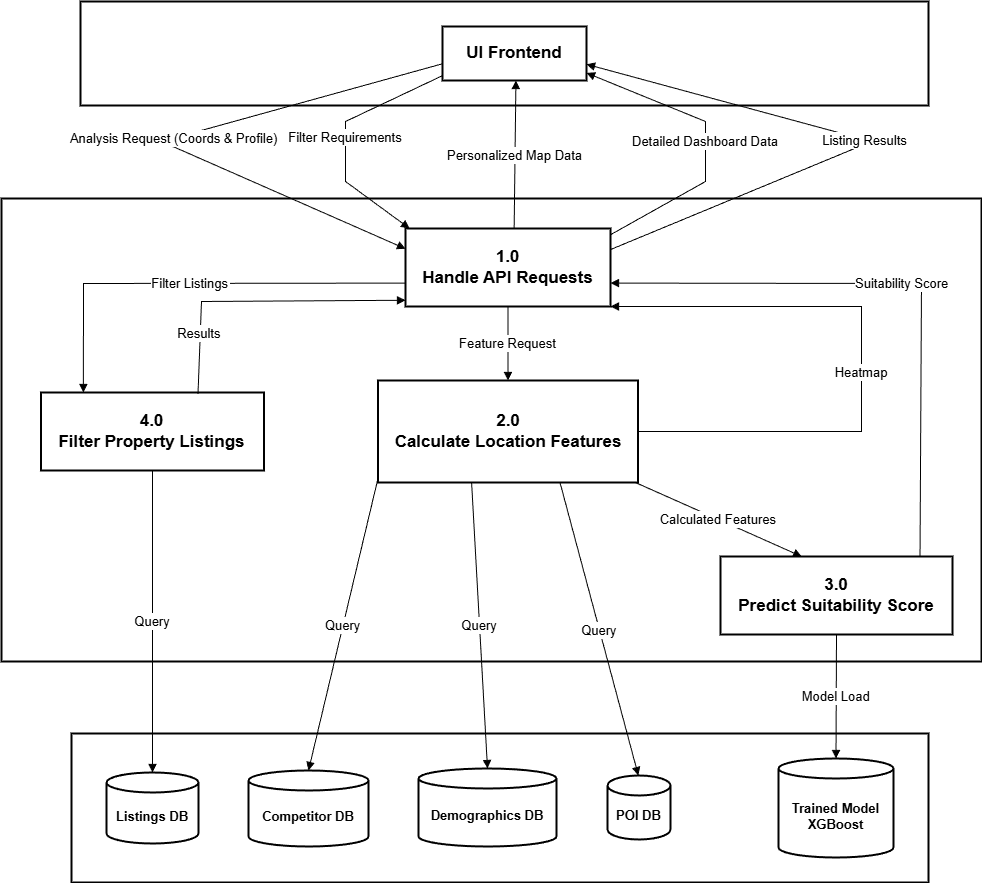
Before: img/Level1ContextDiagram.png, a diagram exported from draw.io (Sujalcha7/SiteX_Doc). Source tidied: cells renumbered, new cells last; positions are measured from the earlier drawing's top-left corner, leaving out a move shared by most shapes.
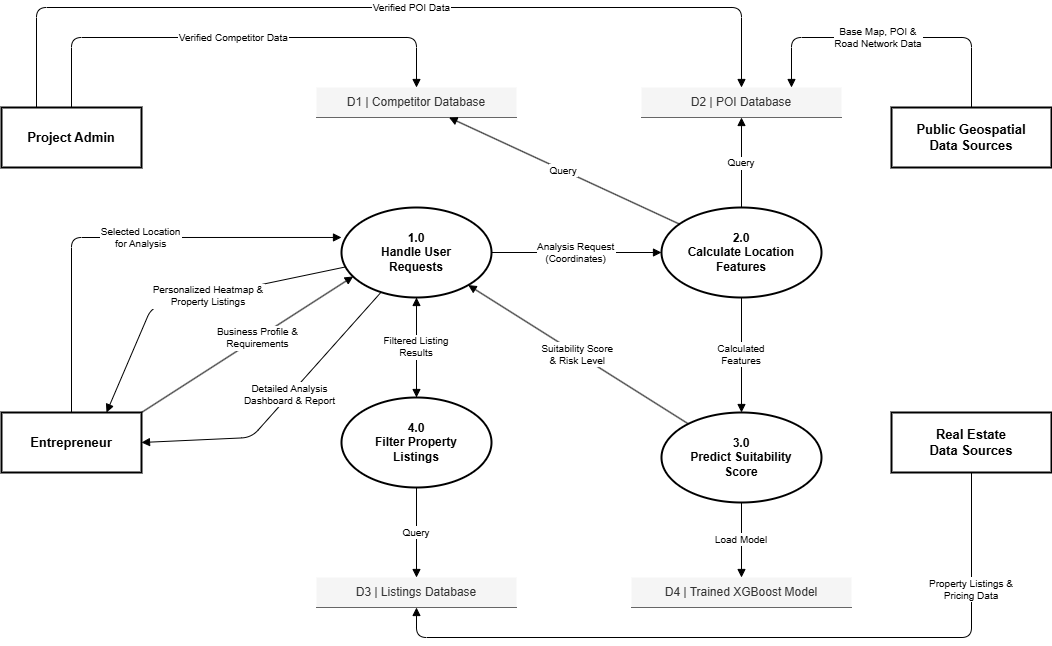
After the commit.

Diff of the diagram source:
```diff
@@ -2,127 +2,124 @@
   <root>
     <mxCell id="0" />
     <mxCell id="1" parent="0" />
-    <mxCell id="2" value="Data Stores" style="whiteSpace=wrap;strokeWidth=2;fontSize=13;" parent="1" vertex="1">
-      <mxGeometry x="70" y="732" width="857" height="149" as="geometry" />
-    </mxCell>
-    <mxCell id="3" value="Backend Services (Level 1 Processes)" style="whiteSpace=wrap;strokeWidth=2;fontSize=13;" parent="1" vertex="1">
-      <mxGeometry y="197" width="980" height="463" as="geometry" />
-    </mxCell>
-    <mxCell id="4" value="External Entities" style="whiteSpace=wrap;strokeWidth=2;fontSize=13;" parent="1" vertex="1">
-      <mxGeometry x="79" width="848" height="104" as="geometry" />
-    </mxCell>
-    <mxCell id="5" value="UI Frontend" style="whiteSpace=wrap;strokeWidth=2;fontSize=17;fontStyle=1;" parent="1" vertex="1">
-      <mxGeometry x="441" y="25" width="144" height="54" as="geometry" />
-    </mxCell>
-    <mxCell id="6" value="1.0 &#10; Handle API Requests" style="whiteSpace=wrap;strokeWidth=2;fontSize=17;fontStyle=1;" parent="1" vertex="1">
-      <mxGeometry x="404" y="227" width="205" height="78" as="geometry" />
-    </mxCell>
+    <mxCell id="31" value="Verified Competitor Data" style="endArrow=block;endFill=1;strokeWidth=1;fontSize=10;entryX=0.5;entryY=0;entryDx=0;entryDy=0;exitX=0.5;exitY=0;exitDx=0;exitDy=0;" parent="1" edge="1" source="33" target="37">
+      <mxGeometry relative="1" as="geometry">
+        <Array as="points">
+          <mxPoint x="-130" y="-590" />
+          <mxPoint x="215" y="-590" />
+        </Array>
+      </mxGeometry>
+    </mxCell>
+    <mxCell id="32" value="Entrepreneur" style="shape=rectangle;whiteSpace=wrap;strokeWidth=2;fontSize=13;fontStyle=1;" parent="1" vertex="1">
+      <mxGeometry x="-200" y="-215" width="140" height="60" as="geometry" />
+    </mxCell>
+    <mxCell id="33" value="Project Admin" style="shape=rectangle;whiteSpace=wrap;strokeWidth=2;fontSize=13;fontStyle=1;" parent="1" vertex="1">
+      <mxGeometry x="-200" y="-520" width="140" height="60" as="geometry" />
+    </mxCell>
+    <mxCell id="34" value="Public Geospatial&#10;Data Sources" style="shape=rectangle;whiteSpace=wrap;strokeWidth=2;fontSize=13;fontStyle=1;" parent="1" vertex="1">
+      <mxGeometry x="690" y="-520" width="160" height="60" as="geometry" />
+    </mxCell>
+    <mxCell id="35" value="Real Estate&#10;Data Sources" style="shape=rectangle;whiteSpace=wrap;strokeWidth=2;fontSize=13;fontStyle=1;" parent="1" vertex="1">
+      <mxGeometry x="690" y="-215" width="160" height="60" as="geometry" />
+    </mxCell>
+    <mxCell id="36" value="1.0&#10;Handle User&#10;Requests" style="ellipse;whiteSpace=wrap;strokeWidth=2;fontSize=12;fontStyle=1;" parent="1" vertex="1">
+      <mxGeometry x="140" y="-420" width="150" height="90" as="geometry" />
+    </mxCell>
-    <mxCell id="7" value="2.0 &#10; Calculate Location Features" style="whiteSpace=wrap;strokeWidth=2;fontSize=17;fontStyle=1;" parent="1" vertex="1">
-      <mxGeometry x="376.5" y="379" width="260" height="102" as="geometry" />
+    <mxCell id="7" value="2.0&#10;Calculate Location&#10;Features" style="ellipse;whiteSpace=wrap;strokeWidth=2;fontSize=12;fontStyle=1;" parent="1" vertex="1">
+      <mxGeometry x="460" y="-420" width="160" height="90" as="geometry" />
     </mxCell>
-    <mxCell id="8" value="3.0 &#10; Predict Suitability Score" style="whiteSpace=wrap;strokeWidth=2;fontSize=17;fontStyle=1;" parent="1" vertex="1">
-      <mxGeometry x="719" y="555" width="232" height="78" as="geometry" />
+    <mxCell id="8" value="3.0&#10;Predict Suitability&#10;Score" style="ellipse;whiteSpace=wrap;strokeWidth=2;fontSize=12;fontStyle=1;" parent="1" vertex="1">
+      <mxGeometry x="460" y="-215" width="160" height="90" as="geometry" />
     </mxCell>
-    <mxCell id="9" value="4.0 &#10; Filter Property Listings" style="whiteSpace=wrap;strokeWidth=2;fontSize=17;fontStyle=1;" parent="1" vertex="1">
-      <mxGeometry x="39.5" y="391" width="223" height="78" as="geometry" />
+    <mxCell id="9" value="4.0&#10;Filter Property&#10;Listings" style="ellipse;whiteSpace=wrap;strokeWidth=2;fontSize=12;fontStyle=1;" parent="1" vertex="1">
+      <mxGeometry x="140" y="-230" width="150" height="90" as="geometry" />
     </mxCell>
-    <mxCell id="10" value="Listings DB" style="shape=cylinder3;boundedLbl=1;backgroundOutline=1;size=10;strokeWidth=2;whiteSpace=wrap;fontSize=13;fontStyle=1;" parent="1" vertex="1">
-      <mxGeometry x="105" y="771" width="92" height="71" as="geometry" />
-    </mxCell>
-    <mxCell id="11" value="Competitor DB" style="shape=cylinder3;boundedLbl=1;backgroundOutline=1;size=10;strokeWidth=2;whiteSpace=wrap;fontSize=13;fontStyle=1;" parent="1" vertex="1">
-      <mxGeometry x="247" y="769" width="120" height="76" as="geometry" />
-    </mxCell>
-    <mxCell id="12" value="Demographics DB" style="shape=cylinder3;boundedLbl=1;backgroundOutline=1;size=10;strokeWidth=2;whiteSpace=wrap;fontSize=13;fontStyle=1;" parent="1" vertex="1">
-      <mxGeometry x="417" y="767" width="138" height="78" as="geometry" />
-    </mxCell>
-    <mxCell id="13" value="POI DB" style="shape=cylinder3;boundedLbl=1;backgroundOutline=1;size=10;strokeWidth=2;whiteSpace=wrap;fontSize=13;fontStyle=1;" parent="1" vertex="1">
-      <mxGeometry x="606" y="774" width="63" height="64" as="geometry" />
-    </mxCell>
-    <mxCell id="14" value="Trained Model &#10; XGBoost" style="shape=cylinder3;boundedLbl=1;backgroundOutline=1;size=10;strokeWidth=2;whiteSpace=wrap;fontSize=13;fontStyle=1;" parent="1" vertex="1">
-      <mxGeometry x="777" y="757" width="115" height="99" as="geometry" />
-    </mxCell>
-    <mxCell id="15" value="Analysis Request (Coords &amp; Profile)" style="curved=0;startArrow=none;endArrow=block;exitX=0;exitY=0.69;entryX=0;entryY=0.26;rounded=0;fontSize=13;" parent="1" edge="1" source="5" target="6">
-      <mxGeometry relative="1" as="geometry">
-        <Array as="points">
-          <mxPoint x="160" y="140" />
-        </Array>
-      </mxGeometry>
-    </mxCell>
+    <mxCell id="37" value="D1 | Competitor Database" style="shape=partialRectangle;top=0;left=0;right=0;bottom=1;whiteSpace=wrap;strokeWidth=1;fontSize=12;fillColor=#f5f5f5;strokeColor=#666666;fontColor=#333333;" parent="1" vertex="1">
+      <mxGeometry x="115" y="-540" width="200" height="30" as="geometry" />
+    </mxCell>
+    <mxCell id="38" value="D2 | POI Database" style="shape=partialRectangle;top=0;left=0;right=0;bottom=1;whiteSpace=wrap;strokeWidth=1;fontSize=12;fillColor=#f5f5f5;strokeColor=#666666;fontColor=#333333;" parent="1" vertex="1">
+      <mxGeometry x="440" y="-540" width="200" height="30" as="geometry" />
+    </mxCell>
+    <mxCell id="39" value="D3 | Listings Database" style="shape=partialRectangle;top=0;left=0;right=0;bottom=1;whiteSpace=wrap;strokeWidth=1;fontSize=12;fillColor=#f5f5f5;strokeColor=#666666;fontColor=#333333;" parent="1" vertex="1">
+      <mxGeometry x="115" y="-50" width="200" height="30" as="geometry" />
+    </mxCell>
+    <mxCell id="40" value="D4 | Trained XGBoost Model" style="shape=partialRectangle;top=0;left=0;right=0;bottom=1;whiteSpace=wrap;strokeWidth=1;fontSize=12;fillColor=#f5f5f5;strokeColor=#666666;fontColor=#333333;" parent="1" vertex="1">
+      <mxGeometry x="430" y="-50" width="220" height="30" as="geometry" />
+    </mxCell>
+    <mxCell id="41" value="Business Profile &amp;&#10;Requirements" style="endArrow=block;endFill=1;strokeWidth=1;fontSize=10;exitX=1;exitY=0;exitDx=0;exitDy=0;entryX=0.078;entryY=0.766;entryDx=0;entryDy=0;entryPerimeter=0;" parent="1" edge="1" source="32" target="36">
+      <mxGeometry x="0.1" relative="1" as="geometry" />
+    </mxCell>
+    <mxCell id="42" value="Personalized Heatmap &amp;&#10;Property Listings" style="endArrow=block;endFill=1;strokeWidth=1;fontSize=10;entryX=0.75;entryY=0;entryDx=0;entryDy=0;" parent="1" edge="1" source="36" target="32">
+      <mxGeometry x="-0.1" relative="1" as="geometry">
+        <Array as="points">
+          <mxPoint x="-50" y="-320" />
+        </Array>
+      </mxGeometry>
+    </mxCell>
+    <mxCell id="43" value="Selected Location&#10;for Analysis" style="endArrow=block;endFill=1;strokeWidth=1;fontSize=10;exitX=0.5;exitY=0;exitDx=0;exitDy=0;entryX=0;entryY=0.333;entryDx=0;entryDy=0;entryPerimeter=0;" parent="1" edge="1" source="32" target="36">
+      <mxGeometry x="0.1" relative="1" as="geometry">
+        <Array as="points">
+          <mxPoint x="-130" y="-390" />
+        </Array>
+      </mxGeometry>
+    </mxCell>
+    <mxCell id="44" value="Detailed Analysis&#10;Dashboard &amp; Report" style="endArrow=block;endFill=1;strokeWidth=1;fontSize=10;entryX=1;entryY=0.5;entryDx=0;entryDy=0;" parent="1" edge="1" source="36" target="32">
+      <mxGeometry x="-0.1" relative="1" as="geometry">
+        <Array as="points">
+          <mxPoint x="50" y="-190" />
+        </Array>
+      </mxGeometry>
+    </mxCell>
+    <mxCell id="45" value="Verified POI Data" style="endArrow=block;endFill=1;strokeWidth=1;fontSize=10;exitX=0.25;exitY=0;exitDx=0;exitDy=0;entryX=0.5;entryY=0;entryDx=0;entryDy=0;" parent="1" edge="1" source="33" target="38">
+      <mxGeometry x="0.07" relative="1" as="geometry">
+        <Array as="points">
+          <mxPoint x="-165" y="-620" />
+          <mxPoint x="540" y="-620" />
+        </Array>
+      </mxGeometry>
+    </mxCell>
+    <mxCell id="46" value="Base Map, POI &amp;&#10;Road Network Data" style="endArrow=block;endFill=1;strokeWidth=1;fontSize=10;exitX=0.5;exitY=0;exitDx=0;exitDy=0;entryX=0.75;entryY=0;entryDx=0;entryDy=0;" parent="1" edge="1" source="34" target="38">
+      <mxGeometry x="0.09" relative="1" as="geometry">
+        <Array as="points">
+          <mxPoint x="770" y="-590" />
+          <mxPoint x="590" y="-590" />
+        </Array>
+      </mxGeometry>
+    </mxCell>
+    <mxCell id="47" value="Property Listings &amp;&#10;Pricing Data" style="endArrow=block;endFill=1;strokeWidth=1;fontSize=10;exitX=0.5;exitY=1;exitDx=0;exitDy=0;entryX=0.5;entryY=1;entryDx=0;entryDy=0;" parent="1" edge="1" source="35" target="39">
+      <mxGeometry x="-0.69" relative="1" as="geometry">
+        <Array as="points">
+          <mxPoint x="770" y="10" />
+          <mxPoint x="215" y="10" />
+        </Array>
+      </mxGeometry>
+    </mxCell>
+    <mxCell id="48" value="Analysis Request&#10;(Coordinates)" style="endArrow=block;endFill=1;strokeWidth=1;fontSize=10;" parent="1" edge="1" source="36" target="7">
+      <mxGeometry relative="1" as="geometry" />
+    </mxCell>
+    <mxCell id="21" value="Calculated&#10;Features" style="endArrow=block;endFill=1;strokeWidth=1;fontSize=10;" parent="1" edge="1" source="7" target="8">
+      <mxGeometry relative="1" as="geometry" />
+    </mxCell>
+    <mxCell id="49" value="Suitability Score&#10;&amp; Risk Level" style="endArrow=block;endFill=1;strokeWidth=1;fontSize=10;" parent="1" edge="1" source="8" target="36">
+      <mxGeometry relative="1" as="geometry" />
+    </mxCell>
-    <mxCell id="16" value="Filter Requirements" style="curved=0;startArrow=none;endArrow=block;exitX=0;exitY=0.91;entryX=0.02;entryY=0;rounded=0;fontSize=13;" parent="1" edge="1" source="5" target="6">
-      <mxGeometry relative="1" as="geometry">
-        <Array as="points">
-          <mxPoint x="344" y="120" />
-          <mxPoint x="344" y="180" />
-        </Array>
-      </mxGeometry>
+    <mxCell id="16" value="Filter&#10;Requirements" style="endArrow=block;endFill=1;strokeWidth=1;fontSize=10;" parent="1" edge="1" source="36" target="9">
+      <mxGeometry relative="1" as="geometry" />
     </mxCell>
-    <mxCell id="17" value="Personalized Map Data" style="curved=0;startArrow=none;endArrow=block;exitX=0.53;exitY=0;entryX=0.51;entryY=1;rounded=0;fontSize=13;" parent="1" edge="1" source="6" target="5">
-      <mxGeometry relative="1" as="geometry" />
-    </mxCell>
-    <mxCell id="18" value="Detailed Dashboard Data" style="curved=0;startArrow=none;endArrow=block;exitX=1;exitY=0.08;entryX=1;entryY=0.86;rounded=0;fontSize=13;" parent="1" edge="1" source="6" target="5">
-      <mxGeometry relative="1" as="geometry">
-        <Array as="points">
-          <mxPoint x="704" y="180" />
-          <mxPoint x="704" y="120" />
-        </Array>
-      </mxGeometry>
-    </mxCell>
-    <mxCell id="19" value="Listing Results" style="curved=0;startArrow=none;endArrow=block;exitX=1;exitY=0.27;entryX=1;entryY=0.7;rounded=0;fontSize=13;" parent="1" edge="1" source="6" target="5">
-      <mxGeometry relative="1" as="geometry">
-        <Array as="points">
-          <mxPoint x="870" y="140" />
-        </Array>
-      </mxGeometry>
-    </mxCell>
-    <mxCell id="20" value="Feature Request" style="curved=0;startArrow=none;endArrow=block;exitX=0.5;exitY=1;entryX=0.5;entryY=0;rounded=0;entryDx=0;entryDy=0;fontSize=13;" parent="1" edge="1" source="6" target="7">
-      <mxGeometry relative="1" as="geometry" />
-    </mxCell>
-    <mxCell id="21" value="Calculated Features" style="curved=0;startArrow=none;endArrow=block;exitX=0.99;exitY=1;entryX=0.35;entryY=0;rounded=0;fontSize=13;" parent="1" edge="1" source="7" target="8">
-      <mxGeometry relative="1" as="geometry" />
-    </mxCell>
-    <mxCell id="22" value="Suitability Score" style="curved=0;startArrow=none;endArrow=block;exitX=0.86;exitY=0;entryX=1;entryY=0.7;rounded=0;fontSize=13;" parent="1" edge="1" source="8" target="6">
-      <mxGeometry relative="1" as="geometry">
-        <Array as="points">
-          <mxPoint x="920" y="282" />
-        </Array>
-      </mxGeometry>
-    </mxCell>
-    <mxCell id="23" value="Heatmap" style="curved=0;startArrow=none;endArrow=block;exitX=1;exitY=0.5;entryX=1;entryY=1;rounded=0;exitDx=0;exitDy=0;entryDx=0;entryDy=0;fontSize=13;" parent="1" edge="1" source="7" target="6">
-      <mxGeometry x="-0.05" relative="1" as="geometry">
-        <Array as="points">
-          <mxPoint x="860" y="430" />
-          <mxPoint x="860" y="305" />
-        </Array>
-      </mxGeometry>
-    </mxCell>
-    <mxCell id="24" value="Filter Listings" style="curved=0;startArrow=none;endArrow=block;exitX=0;exitY=0.7;entryX=0.19;entryY=0;rounded=0;fontSize=13;" parent="1" edge="1" source="6" target="9">
-      <mxGeometry relative="1" as="geometry">
-        <Array as="points">
-          <mxPoint x="82" y="282" />
-        </Array>
-      </mxGeometry>
-    </mxCell>
-    <mxCell id="25" value="Results" style="curved=0;startArrow=none;endArrow=block;entryX=0;entryY=0.92;rounded=0;exitX=0.704;exitY=0.02;exitDx=0;exitDy=0;exitPerimeter=0;fontSize=13;" parent="1" edge="1" source="9" target="6">
-      <mxGeometry x="-0.59" y="1" relative="1" as="geometry">
-        <Array as="points">
-          <mxPoint x="200" y="300" />
-        </Array>
-      </mxGeometry>
-    </mxCell>
-    <mxCell id="26" value="Query" style="curved=0;startArrow=none;endArrow=block;exitX=0;exitY=0.96;entryX=0.5;entryY=0;rounded=0;fontSize=13;" parent="1" edge="1" source="7" target="11">
-      <mxGeometry relative="1" as="geometry" />
-    </mxCell>
-    <mxCell id="27" value="Query" style="curved=0;startArrow=none;endArrow=block;exitX=0.36;exitY=1;entryX=0.5;entryY=0;rounded=0;fontSize=13;" parent="1" edge="1" source="7" target="12">
-      <mxGeometry relative="1" as="geometry" />
-    </mxCell>
-    <mxCell id="28" value="Query" style="curved=0;startArrow=none;endArrow=block;exitX=0.7;exitY=1;entryX=0.49;entryY=0.01;rounded=0;fontSize=13;" parent="1" edge="1" source="7" target="13">
-      <mxGeometry relative="1" as="geometry" />
-    </mxCell>
-    <mxCell id="29" value="Model Load" style="curved=0;startArrow=none;endArrow=block;exitX=0.5;exitY=1;entryX=0.5;entryY=0;rounded=0;fontSize=13;" parent="1" edge="1" source="8" target="14">
-      <mxGeometry relative="1" as="geometry" />
-    </mxCell>
-    <mxCell id="30" value="Query" style="curved=0;startArrow=none;endArrow=block;exitX=0.5;exitY=1;entryX=0.5;entryY=0;rounded=0;fontSize=13;" parent="1" edge="1" source="9" target="10">
-      <mxGeometry relative="1" as="geometry" />
-    </mxCell>
+    <mxCell id="50" value="Filtered Listing&#10;Results" style="endArrow=block;endFill=1;strokeWidth=1;fontSize=10;" parent="1" edge="1" source="9" target="36">
+      <mxGeometry relative="1" as="geometry" />
+    </mxCell>
+    <mxCell id="51" value="Query" style="endArrow=block;endFill=1;strokeWidth=1;fontSize=10;dashed=0;" parent="1" edge="1" source="7" target="37">
+      <mxGeometry relative="1" as="geometry" />
+    </mxCell>
+    <mxCell id="52" value="Query" style="endArrow=block;endFill=1;strokeWidth=1;fontSize=10;dashed=0;" parent="1" edge="1" source="7" target="38">
+      <mxGeometry relative="1" as="geometry" />
+    </mxCell>
+    <mxCell id="53" value="Load Model" style="endArrow=block;endFill=1;strokeWidth=1;fontSize=10;dashed=0;" parent="1" edge="1" source="8" target="40">
+      <mxGeometry relative="1" as="geometry" />
+    </mxCell>
+    <mxCell id="54" value="Query" style="endArrow=block;endFill=1;strokeWidth=1;fontSize=10;dashed=0;" parent="1" edge="1" source="9" target="39">
+      <mxGeometry relative="1" as="geometry" />
+    </mxCell>
   </root>
 </mxGraphModel>
```
